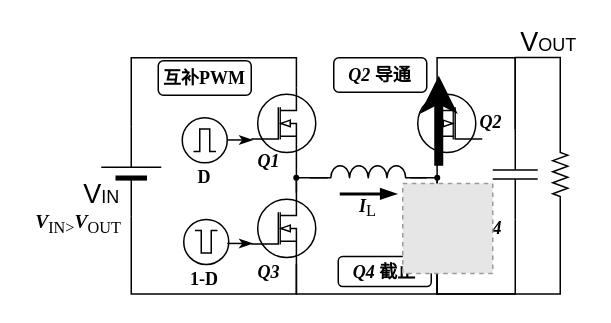
The draw.io diagram diagram/figure3_5.drawio in huhu6608/3Paths_UPS, before the edit. Source tidied: cells renumbered, new cells numbered last; positions are measured from the earlier drawing's top-left corner, leaving out a move shared by most shapes. Both pictures are drawn from the tidied source at 150%, with x=0, y=0 at pixel (26, 27). Pictures stored in the file or linked from it are replaced by grey dashed boxes.
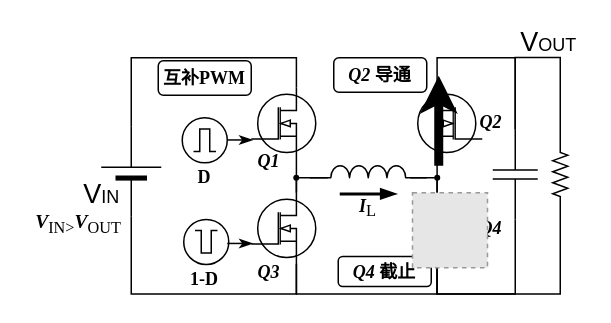
Above is the later version.

Diff of the diagram source:
```diff
@@
-    <mxCell id="34" style="fillColor=#E6E6E6;strokeColor=#999999;dashed=1;html=1;verticalAlign=top;verticalLabelPosition=bottom;labelBackgroundColor=#ffffff;rotation=0;" parent="1" vertex="1">
-      <mxGeometry x="251" y="103.8" width="60" height="60" as="geometry" />
-    </mxCell>
@@
+    <mxCell id="45" style="fillColor=#E6E6E6;strokeColor=#999999;dashed=1;html=1;verticalAlign=top;verticalLabelPosition=bottom;labelBackgroundColor=#ffffff;" parent="1" vertex="1">
+      <mxGeometry x="257.5" y="110" width="50" height="50" as="geometry" />
+    </mxCell>
```
